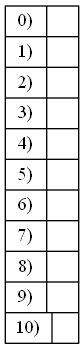
The Graphviz diagram [EDD]PY2_201701133/TablaHash.png in SelvinLP/EDD_2S2019_PY2_201701133, before a commit. Its source is kept beside it as [EDD]PY2_201701133/TablaHash.dot.
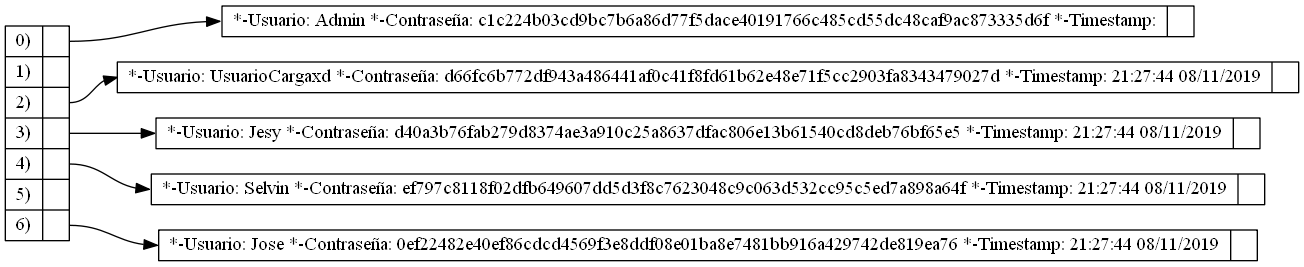
After the commit.

What changed in the source:
```diff
@@ -1,5 +1,15 @@
 digraph Pila {
    rankdir=LR;
    node [shape=record,width=.1,height=.1];
-   N0 [label = "{0)|<fl0>} |{1)|<fl1>} |{2)|<fl2>} |{3)|<fl3>} |{4)|<fl4>} |{5)|<fl5>} |{6)|<fl6>} |{7)|<fl7>} |{8)|<fl8>} |{9)|<fl9>} |{10)|<fl10>} "];
+   N0 [label = "{0)|<fl0>} |{1)|<fl1>} |{2)|<fl2>} |{3)|<fl3>} |{4)|<fl4>} |{5)|<fl5>} |{6)|<fl6>} "];
+N1[label = "{<n> *-Usuario: Admin     *-Contraseña: c1c224b03cd9bc7b6a86d77f5dace40191766c485cd55dc48caf9ac873335d6f     *-Timestamp: |<p> }"];
+N0:fl0 -> N1:n;
+N3[label = "{<n> *-Usuario: UsuarioCargaxd     *-Contraseña: d66fc6b772df943a486441af0c41f8fd61b62e48e71f5cc2903fa8343479027d     *-Timestamp: 21:27:44 08/11/2019|<p> }"];
+N0:fl2 -> N3:n;
+N4[label = "{<n> *-Usuario: Jesy     *-Contraseña: d40a3b76fab279d8374ae3a910c25a8637dfac806e13b61540cd8deb76bf65e5     *-Timestamp: 21:27:44 08/11/2019|<p> }"];
+N0:fl3 -> N4:n;
+N5[label = "{<n> *-Usuario: Selvin     *-Contraseña: ef797c8118f02dfb649607dd5d3f8c7623048c9c063d532cc95c5ed7a898a64f     *-Timestamp: 21:27:44 08/11/2019|<p> }"];
+N0:fl4 -> N5:n;
+N7[label = "{<n> *-Usuario: Jose     *-Contraseña: 0ef22482e40ef86cdcd4569f3e8ddf08e01ba8e7481bb916a429742de819ea76     *-Timestamp: 21:27:44 08/11/2019|<p> }"];
+N0:fl6 -> N7:n;
 }
```
